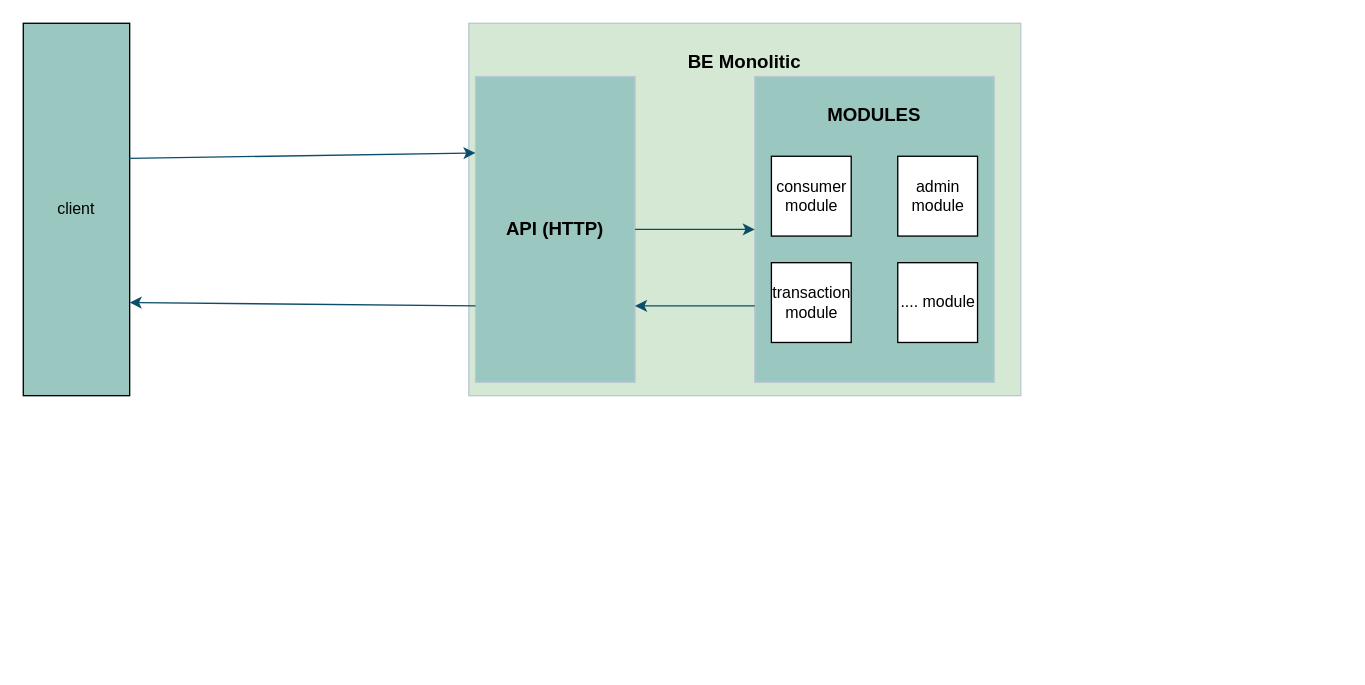
This is assets/architecture.drawio from muhammadandikakurniawan/xyz_multifinance, a draw.io file, before an edit. Source tidied: cells renumbered, new cells numbered last; positions are measured from the earlier drawing's top-left corner, leaving out a move shared by most shapes. Both pictures are drawn from the tidied source at 133%, with x=0, y=0 at pixel (23, 23).
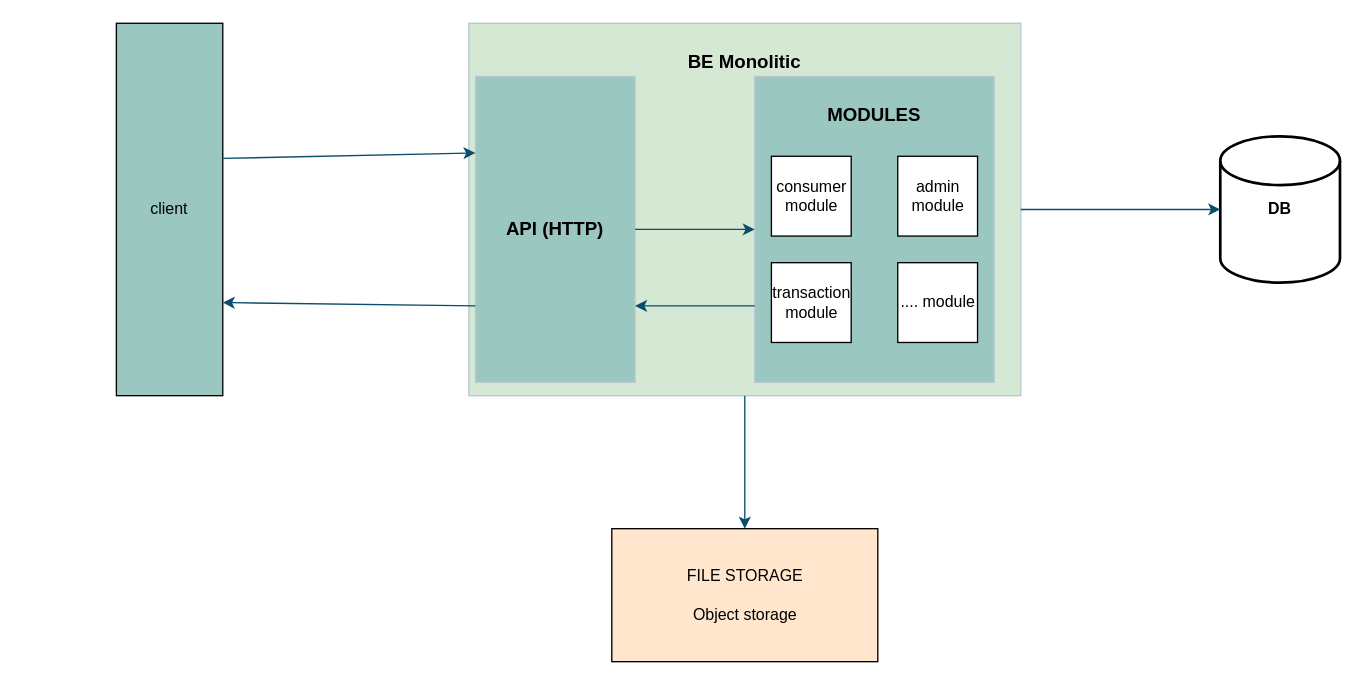
Above is the later version.

Change to the diagram source:
```diff
@@
 <mxGraphModel>
   <root>
     <mxCell id="0" />
     <mxCell id="1" parent="0" />
     <mxCell id="2" value="client" style="rounded=0;whiteSpace=wrap;html=1;fillColor=#9AC7BF;" parent="1" vertex="1">
-      <mxGeometry width="80" height="280" as="geometry" />
+      <mxGeometry x="70" width="80" height="280" as="geometry" />
     </mxCell>
     <mxCell id="3" value="&lt;h3&gt;&lt;font color=&quot;#000000&quot;&gt;BE Monolitic&lt;/font&gt;&lt;/h3&gt;" style="rounded=0;whiteSpace=wrap;html=1;strokeColor=#BAC8D3;fontColor=#EEEEEE;fillColor=#D5E8D4;verticalAlign=top;" parent="1" vertex="1">
       <mxGeometry x="335" width="415" height="280" as="geometry" />
     </mxCell>
     <mxCell id="4" value="&lt;h3&gt;&lt;font color=&quot;#000000&quot;&gt;API (HTTP)&lt;/font&gt;&lt;/h3&gt;" style="rounded=0;whiteSpace=wrap;html=1;strokeColor=#BAC8D3;fontColor=#EEEEEE;fillColor=#9AC7BF;" parent="1" vertex="1">
       <mxGeometry x="340" y="40" width="120" height="230" as="geometry" />
     </mxCell>
     <mxCell id="5" value="&lt;h3&gt;&lt;font color=&quot;#000000&quot;&gt;MODULES&lt;/font&gt;&lt;/h3&gt;" style="rounded=0;whiteSpace=wrap;html=1;strokeColor=#BAC8D3;fontColor=#EEEEEE;fillColor=#9AC7BF;verticalAlign=top;" parent="1" vertex="1">
       <mxGeometry x="550" y="40" width="180" height="230" as="geometry" />
     </mxCell>
     <mxCell id="6" value="transaction module" style="whiteSpace=wrap;html=1;" parent="1" vertex="1">
       <mxGeometry x="562.5" y="180" width="60" height="60" as="geometry" />
     </mxCell>
     <mxCell id="7" value=".... module" style="whiteSpace=wrap;html=1;" parent="1" vertex="1">
       <mxGeometry x="657.5" y="180" width="60" height="60" as="geometry" />
     </mxCell>
     <mxCell id="8" value="consumer module" style="whiteSpace=wrap;html=1;" parent="1" vertex="1">
       <mxGeometry x="562.5" y="100" width="60" height="60" as="geometry" />
     </mxCell>
     <mxCell id="9" value="admin module" style="whiteSpace=wrap;html=1;" parent="1" vertex="1">
       <mxGeometry x="657.5" y="100" width="60" height="60" as="geometry" />
     </mxCell>
     <mxCell id="10" style="endArrow=classic;html=1;rounded=0;strokeColor=#0B4D6A;entryX=0;entryY=0.5;entryDx=0;entryDy=0;exitX=1;exitY=0.5;exitDx=0;exitDy=0;" parent="1" edge="1" source="4" target="5">
       <mxGeometry relative="1" as="geometry" />
     </mxCell>
     <mxCell id="11" style="endArrow=classic;html=1;rounded=0;strokeColor=#0B4D6A;entryX=1;entryY=0.75;entryDx=0;entryDy=0;exitX=0;exitY=0.75;exitDx=0;exitDy=0;" parent="1" edge="1" source="5" target="4">
       <mxGeometry relative="1" as="geometry" />
     </mxCell>
     <mxCell id="12" style="endArrow=classic;html=1;rounded=0;strokeColor=#0B4D6A;entryX=0;entryY=0.25;entryDx=0;entryDy=0;exitX=0.996;exitY=0.363;exitDx=0;exitDy=0;exitPerimeter=0;" parent="1" edge="1" source="2" target="4">
       <mxGeometry relative="1" as="geometry" />
     </mxCell>
     <mxCell id="13" style="endArrow=classic;html=1;rounded=0;strokeColor=#0B4D6A;entryX=1;entryY=0.75;entryDx=0;entryDy=0;exitX=0;exitY=0.75;exitDx=0;exitDy=0;" parent="1" edge="1" source="4" target="2">
       <mxGeometry relative="1" as="geometry" />
     </mxCell>
+    <mxCell id="14" value="DB" style="strokeWidth=2;html=1;shape=mxgraph.flowchart.database;whiteSpace=wrap;fontStyle=1;verticalAlign=middle;" parent="1" vertex="1">
+      <mxGeometry x="900" y="85" width="90" height="110" as="geometry" />
+    </mxCell>
+    <mxCell id="15" style="endArrow=classic;html=1;rounded=0;strokeColor=#0B4D6A;entryX=0;entryY=0.5;entryDx=0;entryDy=0;exitX=1;exitY=0.5;exitDx=0;exitDy=0;entryPerimeter=0;" parent="1" edge="1" source="3" target="14">
+      <mxGeometry relative="1" as="geometry" />
+    </mxCell>
+    <mxCell id="16" value="FILE STORAGE&lt;br&gt;&lt;br&gt;Object storage" style="rounded=0;whiteSpace=wrap;html=1;fillColor=#FFE6CC;" parent="1" vertex="1">
+      <mxGeometry x="442.5" y="380" width="200" height="100" as="geometry" />
+    </mxCell>
+    <mxCell id="17" style="endArrow=classic;html=1;rounded=0;strokeColor=#0B4D6A;exitX=0.5;exitY=1;exitDx=0;exitDy=0;entryX=0.5;entryY=0;entryDx=0;entryDy=0;" parent="1" edge="1" source="3" target="16">
+      <mxGeometry relative="1" as="geometry" />
+    </mxCell>
   </root>
 </mxGraphModel>
```
